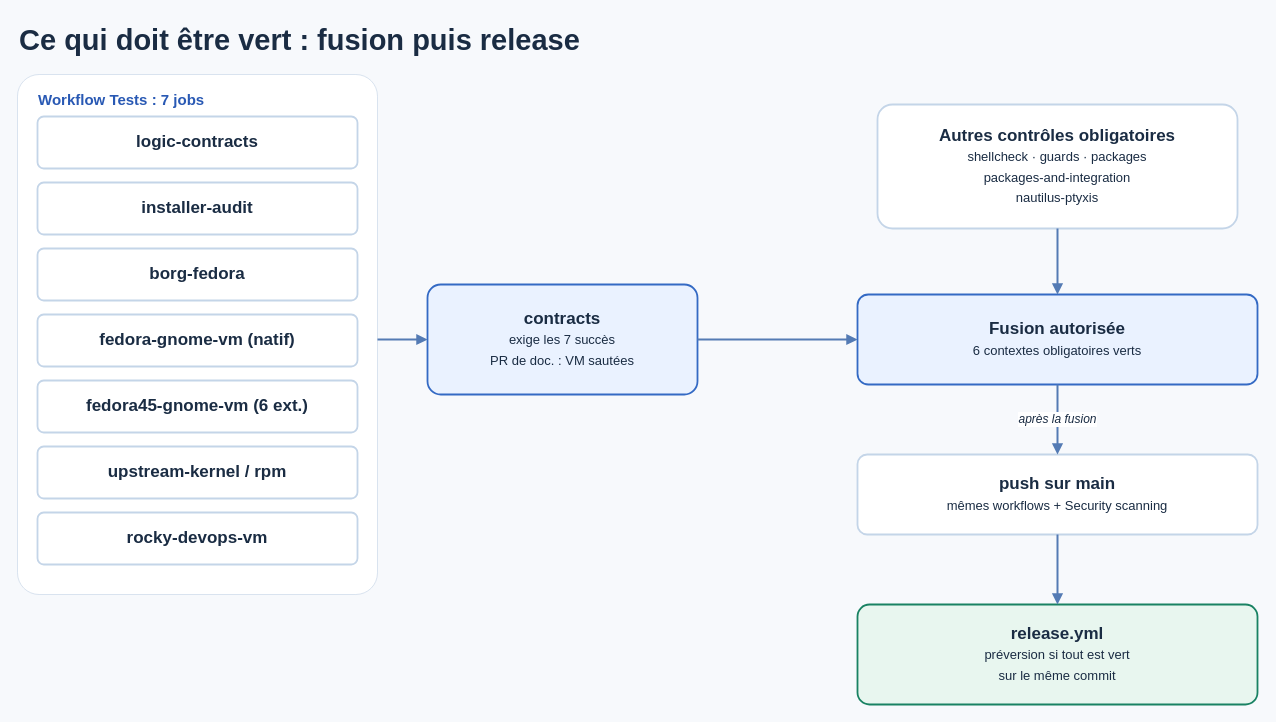
The draw.io diagram docs/assets/diagrams/ci-fusion-release.drawio in mathiasseguincadiche/FEDORA_GNOME_CUSTOM, before the edit. Source tidied: cells renumbered, new cells numbered last; positions are measured from the earlier drawing's top-left corner, leaving out a move shared by most shapes. Both pictures are drawn from the tidied source at 100%, with x=0, y=0 at pixel (17, 17).
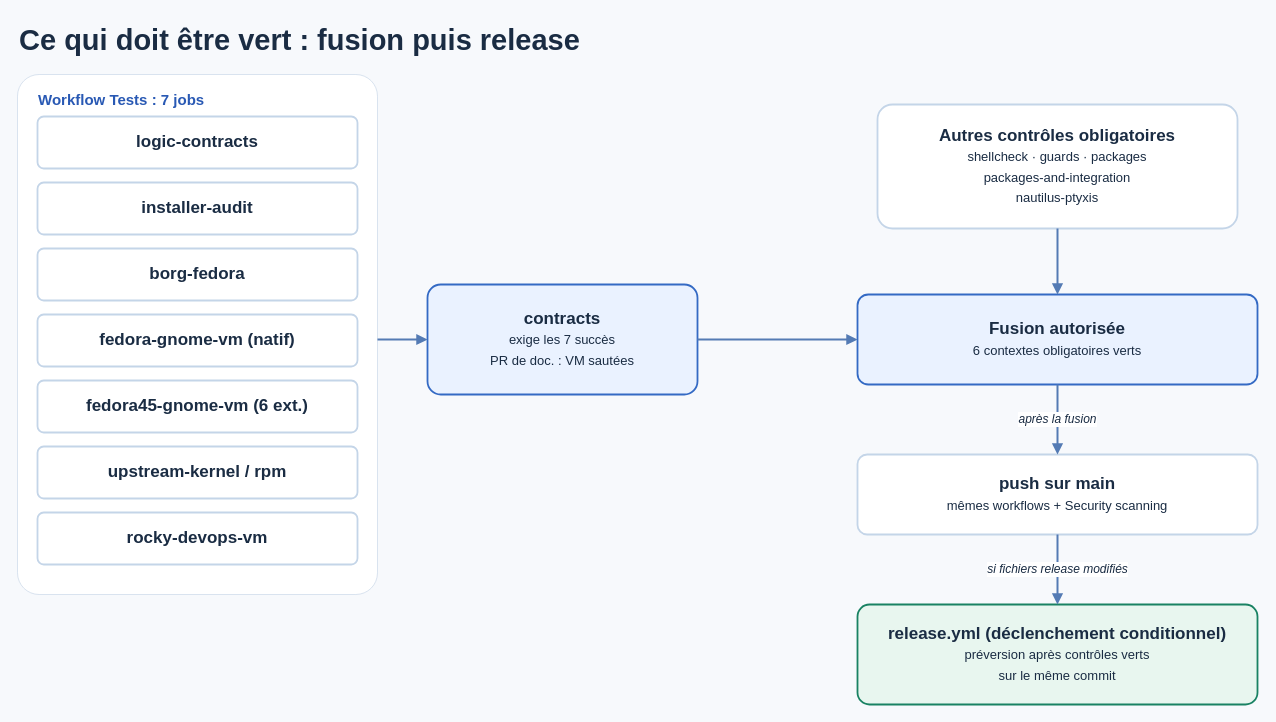
The same diagram, later.

The change refers to these unchanged cells:
```xml
<mxCell id="14" value="&lt;b&gt;push sur main&lt;/b&gt;&lt;br&gt;&lt;span style=&quot;font-size:13px&quot;&gt;mêmes workflows + Security scanning&lt;/span&gt;" style="rounded=1;arcSize=12;whiteSpace=wrap;html=1;fillColor=#FFFFFF;strokeColor=#C4D5E8;strokeWidth=1.8;fontColor=#1A2C43;fontSize=17;fontFamily=Arial;" parent="1" vertex="1">
  <mxGeometry x="840" y="437" width="400" height="80" as="geometry" />
</mxCell>
```

Diff of the diagram source:
```diff
@@
-    <mxCell id="15" value="&lt;b&gt;release.yml&lt;/b&gt;&lt;br&gt;&lt;span style=&quot;font-size:13px&quot;&gt;préversion si tout est vert&lt;/span&gt;&lt;br&gt;&lt;span style=&quot;font-size:13px&quot;&gt;sur le même commit&lt;/span&gt;" style="rounded=1;arcSize=12;whiteSpace=wrap;html=1;fillColor=#E8F6EF;strokeColor=#198263;strokeWidth=1.8;fontColor=#1A2C43;fontSize=17;fontFamily=Arial;" parent="1" vertex="1">
+    <mxCell id="15" value="&lt;b&gt;release.yml (déclenchement conditionnel)&lt;/b&gt;&lt;br&gt;&lt;span style=&quot;font-size:13px&quot;&gt;préversion après contrôles verts&lt;/span&gt;&lt;br&gt;&lt;span style=&quot;font-size:13px&quot;&gt;sur le même commit&lt;/span&gt;" style="rounded=1;arcSize=12;whiteSpace=wrap;html=1;fillColor=#E8F6EF;strokeColor=#198263;strokeWidth=1.8;fontColor=#1A2C43;fontSize=17;fontFamily=Arial;" parent="1" vertex="1">
       <mxGeometry x="840" y="587" width="400" height="100" as="geometry" />
     </mxCell>
@@
-    <mxCell id="20" style="endArrow=block;endFill=1;html=1;strokeColor=#547BB4;strokeWidth=2;fontColor=#1A2C43;fontSize=12;fontStyle=2;fontFamily=Arial;labelBackgroundColor=#FFFFFF;exitX=0.5000;exitY=1.0000;exitDx=0;exitDy=0;entryX=0.5000;entryY=0.0000;entryDx=0;entryDy=0;" parent="1" edge="1" source="14" target="15">
+    <mxCell id="20" value="si fichiers release modifiés" style="endArrow=block;endFill=1;html=1;strokeColor=#547BB4;strokeWidth=2;fontColor=#1A2C43;fontSize=12;fontStyle=2;fontFamily=Arial;labelBackgroundColor=#FFFFFF;exitX=0.5000;exitY=1.0000;exitDx=0;exitDy=0;entryX=0.5000;entryY=0.0000;entryDx=0;entryDy=0;" parent="1" edge="1" source="14" target="15">
       <mxGeometry relative="1" as="geometry" />
     </mxCell>
```
